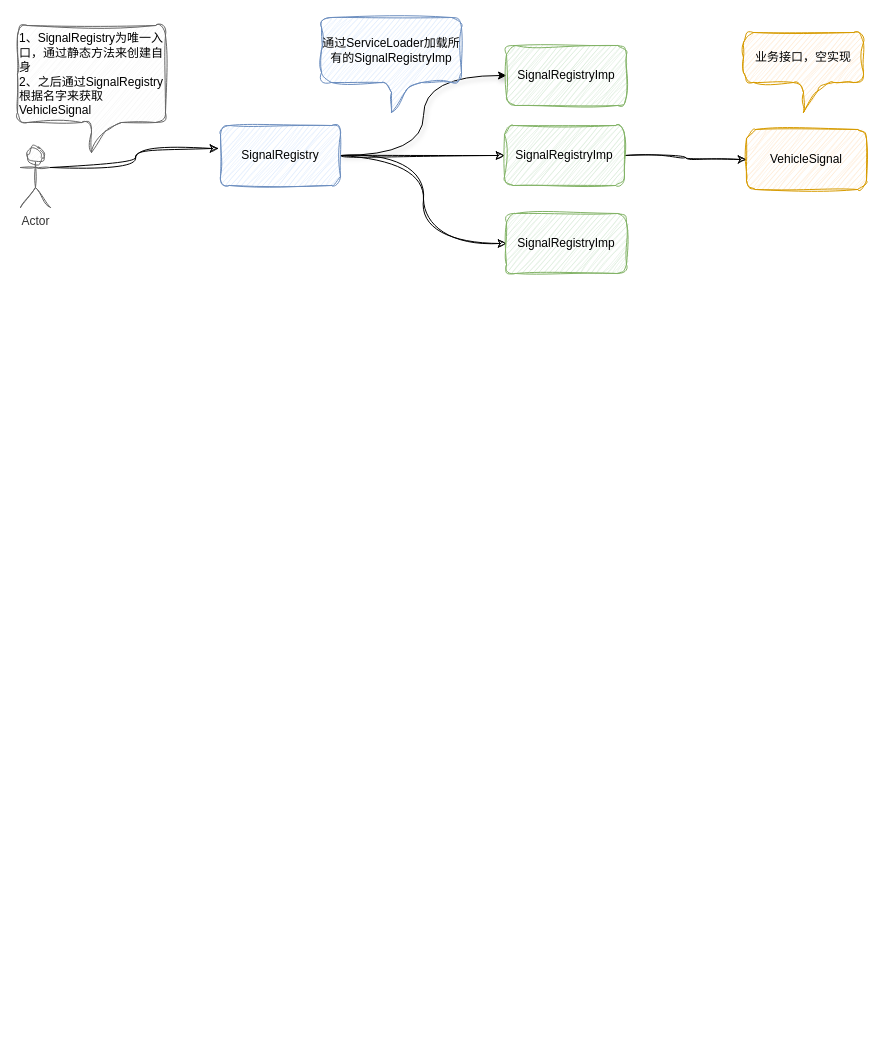
Above: 车控SDK.drawio in TryLoveCatch/charts (draw.io), before the change. Source tidied: cells renumbered, new cells numbered last; positions are measured from the earlier drawing's top-left corner, leaving out a move shared by most shapes. Both pictures are drawn from the tidied source at 100%, with x=0, y=0 at pixel (17, 17).
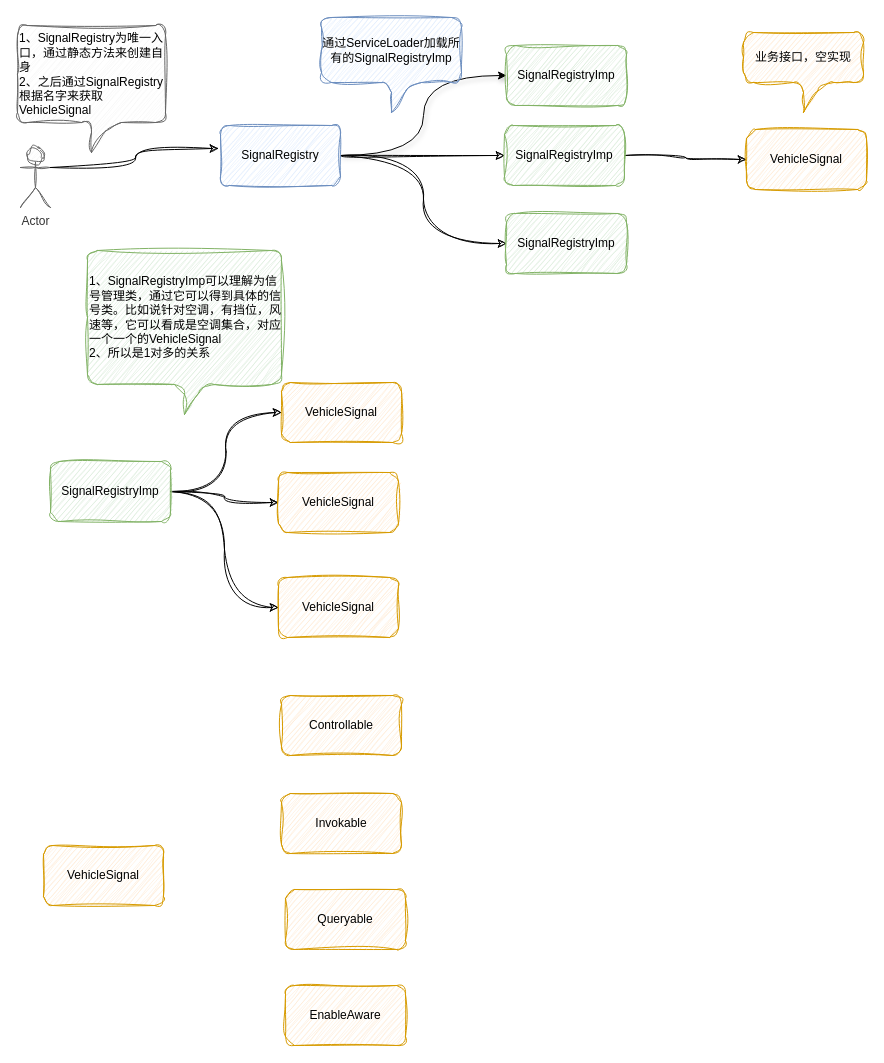
The same diagram, later.

Diff of the diagram source:
```diff
@@
+    <mxCell id="16" value="1、&lt;span style=&quot;text-align: center;&quot;&gt;SignalRegistryImp&lt;/span&gt;可以理解为信号管理类，通过它可以得到具体的信号类。比如说针对空调，有挡位，风速等，它可以看成是空调集合，对应一个一个的&lt;span style=&quot;text-align: center;&quot;&gt;VehicleSignal&lt;/span&gt;&lt;div&gt;&lt;span style=&quot;text-align: center;&quot;&gt;2、所以是1对多的关系&lt;/span&gt;&lt;/div&gt;" style="shape=callout;whiteSpace=wrap;html=1;perimeter=calloutPerimeter;rounded=1;sketch=1;jiggle=2;curveFitting=1;strokeColor=#82b366;align=left;verticalAlign=middle;fontFamily=Helvetica;fontSize=12;labelBackgroundColor=none;fillColor=#d5e8d4;flipV=0;" parent="1" vertex="1">
+      <mxGeometry x="70" y="233" width="194" height="164" as="geometry" />
+    </mxCell>
+    <mxCell id="17" style="edgeStyle=orthogonalEdgeStyle;shape=connector;curved=1;rounded=0;sketch=1;jiggle=2;curveFitting=1;jettySize=auto;html=1;exitX=1;exitY=0.5;exitDx=0;exitDy=0;entryX=0;entryY=0.5;entryDx=0;entryDy=0;shadow=0;strokeColor=default;align=center;verticalAlign=middle;fontFamily=Helvetica;fontSize=12;fontColor=#333333;labelBackgroundColor=none;endArrow=classic;" parent="1" edge="1" source="20" target="21">
+      <mxGeometry relative="1" as="geometry" />
+    </mxCell>
+    <mxCell id="18" style="edgeStyle=orthogonalEdgeStyle;shape=connector;curved=1;rounded=0;sketch=1;jiggle=2;curveFitting=1;jettySize=auto;html=1;exitX=1;exitY=0.5;exitDx=0;exitDy=0;entryX=0;entryY=0.5;entryDx=0;entryDy=0;shadow=0;strokeColor=default;align=center;verticalAlign=middle;fontFamily=Helvetica;fontSize=12;fontColor=#333333;labelBackgroundColor=none;endArrow=classic;" parent="1" edge="1" source="20" target="22">
+      <mxGeometry relative="1" as="geometry" />
+    </mxCell>
+    <mxCell id="19" style="edgeStyle=orthogonalEdgeStyle;shape=connector;curved=1;rounded=0;sketch=1;jiggle=2;curveFitting=1;jettySize=auto;html=1;exitX=1;exitY=0.5;exitDx=0;exitDy=0;entryX=0;entryY=0.5;entryDx=0;entryDy=0;shadow=0;strokeColor=default;align=center;verticalAlign=middle;fontFamily=Helvetica;fontSize=12;fontColor=#333333;labelBackgroundColor=none;endArrow=classic;" parent="1" edge="1" source="20" target="23">
+      <mxGeometry relative="1" as="geometry" />
+    </mxCell>
+    <mxCell id="20" value="SignalRegistryImp" style="rounded=1;whiteSpace=wrap;html=1;sketch=1;curveFitting=1;jiggle=2;fillColor=#d5e8d4;strokeColor=#82b366;" parent="1" vertex="1">
+      <mxGeometry x="33" y="444" width="120" height="60" as="geometry" />
+    </mxCell>
+    <mxCell id="21" value="VehicleSignal" style="rounded=1;whiteSpace=wrap;html=1;sketch=1;curveFitting=1;jiggle=2;fillColor=#ffe6cc;strokeColor=#d79b00;" parent="1" vertex="1">
+      <mxGeometry x="264" y="365" width="120" height="60" as="geometry" />
+    </mxCell>
+    <mxCell id="22" value="VehicleSignal" style="rounded=1;whiteSpace=wrap;html=1;sketch=1;curveFitting=1;jiggle=2;fillColor=#ffe6cc;strokeColor=#d79b00;" parent="1" vertex="1">
+      <mxGeometry x="261" y="455" width="120" height="60" as="geometry" />
+    </mxCell>
+    <mxCell id="23" value="VehicleSignal" style="rounded=1;whiteSpace=wrap;html=1;sketch=1;curveFitting=1;jiggle=2;fillColor=#ffe6cc;strokeColor=#d79b00;" parent="1" vertex="1">
+      <mxGeometry x="261" y="560" width="120" height="60" as="geometry" />
+    </mxCell>
+    <mxCell id="24" value="VehicleSignal" style="rounded=1;whiteSpace=wrap;html=1;sketch=1;curveFitting=1;jiggle=2;fillColor=#ffe6cc;strokeColor=#d79b00;" parent="1" vertex="1">
+      <mxGeometry x="26" y="828" width="120" height="60" as="geometry" />
+    </mxCell>
+    <mxCell id="25" value="Controllable" style="rounded=1;whiteSpace=wrap;html=1;sketch=1;curveFitting=1;jiggle=2;fillColor=#ffe6cc;strokeColor=#d79b00;" parent="1" vertex="1">
+      <mxGeometry x="264" y="678" width="120" height="60" as="geometry" />
+    </mxCell>
+    <mxCell id="26" value="Invokable" style="rounded=1;whiteSpace=wrap;html=1;sketch=1;curveFitting=1;jiggle=2;fillColor=#ffe6cc;strokeColor=#d79b00;" parent="1" vertex="1">
+      <mxGeometry x="264" y="776" width="120" height="60" as="geometry" />
+    </mxCell>
+    <mxCell id="27" value="Queryable" style="rounded=1;whiteSpace=wrap;html=1;sketch=1;curveFitting=1;jiggle=2;fillColor=#ffe6cc;strokeColor=#d79b00;" parent="1" vertex="1">
+      <mxGeometry x="268" y="872" width="120" height="60" as="geometry" />
+    </mxCell>
+    <mxCell id="28" value="EnableAware" style="rounded=1;whiteSpace=wrap;html=1;sketch=1;curveFitting=1;jiggle=2;fillColor=#ffe6cc;strokeColor=#d79b00;" parent="1" vertex="1">
+      <mxGeometry x="268" y="968" width="120" height="60" as="geometry" />
+    </mxCell>
```
